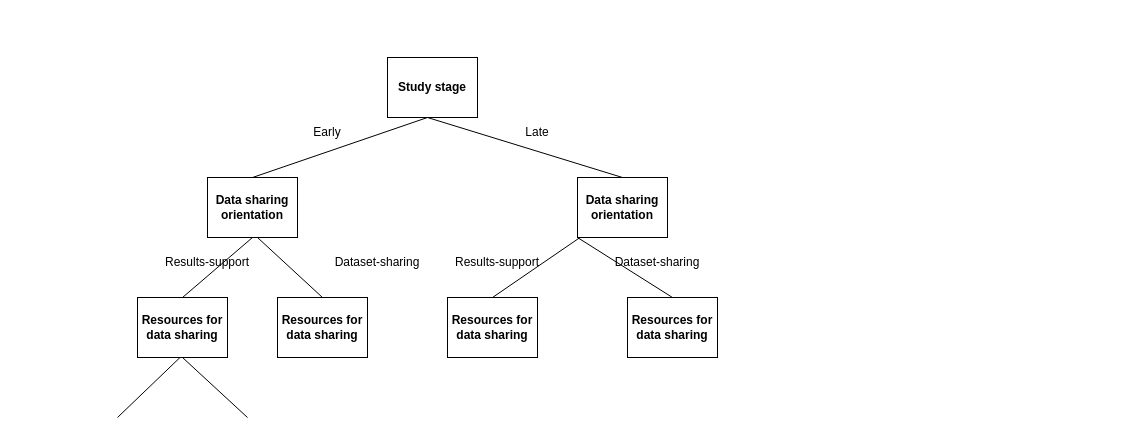
The draw.io diagram docs/assets/dec-tree-2.drawio in norc-heal/heal-data-pkg-guide, before the edit. Source tidied: cells renumbered, new cells numbered last; positions are measured from the earlier drawing's top-left corner, leaving out a move shared by most shapes. Both pictures are drawn from the tidied source at 100%, with x=0, y=0 at pixel (117, 57).
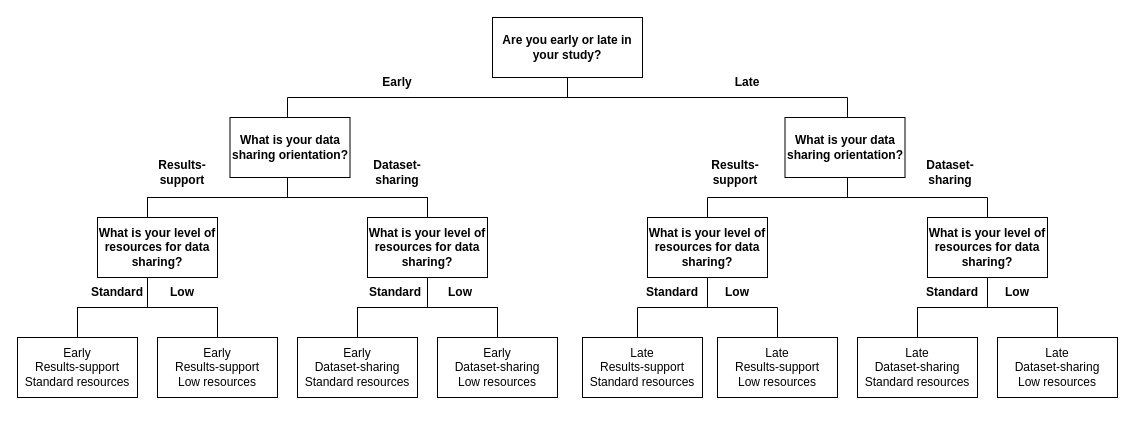
The same page after the edit.

What changed in the source:
```diff
@@
-    <mxCell id="2" value="Study stage" style="rounded=0;whiteSpace=wrap;html=1;fontStyle=1;" parent="1" vertex="1">
-      <mxGeometry x="270" width="90" height="60" as="geometry" />
+    <mxCell id="2" value="Results-support" style="text;strokeColor=none;align=center;fillColor=none;html=1;verticalAlign=middle;whiteSpace=wrap;rounded=0;fontStyle=1;" parent="1" vertex="1">
+      <mxGeometry x="30" y="100" width="70" height="30" as="geometry" />
     </mxCell>
-    <mxCell id="3" style="endArrow=none;html=1;exitX=0.5;exitY=0;exitDx=0;exitDy=0;" parent="1" edge="1" source="5">
-      <mxGeometry relative="1" as="geometry">
-        <mxPoint x="310" y="60" as="targetPoint" />
-      </mxGeometry>
+    <mxCell id="3" value="Dataset-sharing" style="text;strokeColor=none;align=center;fillColor=none;html=1;verticalAlign=middle;whiteSpace=wrap;rounded=0;fontStyle=1;" parent="1" vertex="1">
+      <mxGeometry x="240" y="100" width="80" height="30" as="geometry" />
     </mxCell>
-    <mxCell id="4" style="endArrow=none;html=1;exitX=0.5;exitY=0;exitDx=0;exitDy=0;" parent="1" edge="1" source="6">
-      <mxGeometry relative="1" as="geometry">
-        <mxPoint x="310" y="60" as="targetPoint" />
-      </mxGeometry>
+    <mxCell id="4" value="Standard" style="text;strokeColor=none;align=center;fillColor=none;html=1;verticalAlign=middle;whiteSpace=wrap;rounded=0;fontStyle=1;" parent="1" vertex="1">
+      <mxGeometry x="-35" y="220" width="70" height="30" as="geometry" />
     </mxCell>
-    <mxCell id="5" value="Data sharing orientation" style="rounded=0;whiteSpace=wrap;html=1;fontStyle=1;" parent="1" vertex="1">
-      <mxGeometry x="90" y="120" width="90" height="60" as="geometry" />
+    <mxCell id="5" value="Low" style="text;strokeColor=none;align=center;fillColor=none;html=1;verticalAlign=middle;whiteSpace=wrap;rounded=0;fontStyle=1;" parent="1" vertex="1">
+      <mxGeometry x="30" y="220" width="70" height="30" as="geometry" />
     </mxCell>
-    <mxCell id="6" value="Data sharing orientation" style="rounded=0;whiteSpace=wrap;html=1;fontStyle=1;" parent="1" vertex="1">
-      <mxGeometry x="460" y="120" width="90" height="60" as="geometry" />
+    <mxCell id="6" value="Are you early or late in your study?" style="rounded=0;whiteSpace=wrap;html=1;fontStyle=1;" parent="1" vertex="1">
+      <mxGeometry x="375" y="-40" width="150" height="60" as="geometry" />
     </mxCell>
-    <mxCell id="7" value="Resources for data sharing" style="rounded=0;whiteSpace=wrap;html=1;fontStyle=1;" parent="1" vertex="1">
-      <mxGeometry x="20" y="240" width="90" height="60" as="geometry" />
+    <mxCell id="7" value="What is your data sharing orientation?" style="rounded=0;whiteSpace=wrap;html=1;fontStyle=1;" parent="1" vertex="1">
+      <mxGeometry x="112.5" y="60" width="120" height="60" as="geometry" />
     </mxCell>
-    <mxCell id="8" value="Resources for data sharing" style="rounded=0;whiteSpace=wrap;html=1;fontStyle=1;" parent="1" vertex="1">
-      <mxGeometry x="160" y="240" width="90" height="60" as="geometry" />
+    <mxCell id="8" value="What is your data sharing orientation?" style="rounded=0;whiteSpace=wrap;html=1;fontStyle=1;" parent="1" vertex="1">
+      <mxGeometry x="667.5" y="60" width="120" height="60" as="geometry" />
     </mxCell>
-    <mxCell id="9" value="Resources for data sharing" style="rounded=0;whiteSpace=wrap;html=1;fontStyle=1;" parent="1" vertex="1">
-      <mxGeometry x="330" y="240" width="90" height="60" as="geometry" />
+    <mxCell id="9" value="What is your level of resources for data sharing?" style="rounded=0;whiteSpace=wrap;html=1;fontStyle=1;" parent="1" vertex="1">
+      <mxGeometry x="-20" y="160" width="120" height="60" as="geometry" />
     </mxCell>
-    <mxCell id="10" value="Resources for data sharing" style="rounded=0;whiteSpace=wrap;html=1;fontStyle=1;" parent="1" vertex="1">
-      <mxGeometry x="510" y="240" width="90" height="60" as="geometry" />
+    <mxCell id="10" value="What is your level of resources for data sharing?" style="rounded=0;whiteSpace=wrap;html=1;fontStyle=1;" parent="1" vertex="1">
+      <mxGeometry x="250" y="160" width="120" height="60" as="geometry" />
     </mxCell>
+    <mxCell id="23" value="What is your level of resources for data sharing?" style="rounded=0;whiteSpace=wrap;html=1;fontStyle=1;" parent="1" vertex="1">
+      <mxGeometry x="530" y="160" width="120" height="60" as="geometry" />
+    </mxCell>
-    <mxCell id="11" style="endArrow=none;html=1;exitX=0.5;exitY=0;exitDx=0;exitDy=0;entryX=0.5;entryY=1;entryDx=0;entryDy=0;" parent="1" edge="1" source="7" target="5">
-      <mxGeometry relative="1" as="geometry" />
+    <mxCell id="11" value="What is your level of resources for data sharing?" style="rounded=0;whiteSpace=wrap;html=1;fontStyle=1;" parent="1" vertex="1">
+      <mxGeometry x="810" y="160" width="120" height="60" as="geometry" />
     </mxCell>
-    <mxCell id="12" style="endArrow=none;html=1;exitX=0.5;exitY=0;exitDx=0;exitDy=0;" parent="1" edge="1" source="9">
-      <mxGeometry relative="1" as="geometry">
-        <mxPoint x="462.5" y="180" as="targetPoint" />
-      </mxGeometry>
+    <mxCell id="12" style="strokeWidth=1;html=1;shape=mxgraph.flowchart.annotation_2;align=left;labelPosition=right;direction=south;" parent="1" vertex="1">
+      <mxGeometry x="170" y="20" width="560" height="40" as="geometry" />
     </mxCell>
-    <mxCell id="13" style="endArrow=none;html=1;exitX=0.5;exitY=0;exitDx=0;exitDy=0;" parent="1" edge="1" source="8">
-      <mxGeometry relative="1" as="geometry">
-        <mxPoint x="140" y="180" as="targetPoint" />
-      </mxGeometry>
+    <mxCell id="13" style="strokeWidth=1;html=1;shape=mxgraph.flowchart.annotation_2;align=left;labelPosition=right;direction=south;fillStyle=auto;" parent="1" vertex="1">
+      <mxGeometry x="30" y="120" width="280" height="40" as="geometry" />
     </mxCell>
-    <mxCell id="14" style="endArrow=none;html=1;exitX=0.5;exitY=0;exitDx=0;exitDy=0;" parent="1" edge="1" source="10">
-      <mxGeometry relative="1" as="geometry">
-        <mxPoint x="460" y="180" as="targetPoint" />
-      </mxGeometry>
+    <mxCell id="14" style="strokeWidth=1;html=1;shape=mxgraph.flowchart.annotation_2;align=left;labelPosition=right;direction=south;" parent="1" vertex="1">
+      <mxGeometry x="590" y="120" width="280" height="40" as="geometry" />
     </mxCell>
-    <mxCell id="15" value="Early" style="text;strokeColor=none;align=center;fillColor=none;html=1;verticalAlign=middle;whiteSpace=wrap;rounded=0;" parent="1" vertex="1">
-      <mxGeometry x="180" y="60" width="60" height="30" as="geometry" />
+    <mxCell id="15" style="edgeStyle=none;html=1;" parent="1" edge="1" source="24" target="18">
+      <mxGeometry relative="1" as="geometry" />
     </mxCell>
-    <mxCell id="16" value="Late" style="text;strokeColor=none;align=center;fillColor=none;html=1;verticalAlign=middle;whiteSpace=wrap;rounded=0;" parent="1" vertex="1">
-      <mxGeometry x="390" y="60" width="60" height="30" as="geometry" />
+    <mxCell id="16" style="edgeStyle=none;html=1;" parent="1" edge="1" source="24" target="18">
+      <mxGeometry relative="1" as="geometry" />
     </mxCell>
-    <mxCell id="17" value="Results-support" style="text;strokeColor=none;align=center;fillColor=none;html=1;verticalAlign=middle;whiteSpace=wrap;rounded=0;" parent="1" vertex="1">
-      <mxGeometry x="30" y="190" width="120" height="30" as="geometry" />
+    <mxCell id="17" style="edgeStyle=none;html=1;" parent="1" edge="1" source="24">
+      <mxGeometry relative="1" as="geometry">
+        <mxPoint x="-5" y="280" as="targetPoint" />
+      </mxGeometry>
     </mxCell>
+    <mxCell id="24" style="strokeWidth=1;html=1;shape=mxgraph.flowchart.annotation_2;align=left;labelPosition=right;direction=south;shadow=0;strokeColor=default;" parent="1" vertex="1">
+      <mxGeometry x="-40" y="220" width="140" height="60" as="geometry" />
+    </mxCell>
-    <mxCell id="18" value="Results-support" style="text;strokeColor=none;align=center;fillColor=none;html=1;verticalAlign=middle;whiteSpace=wrap;rounded=0;" parent="1" vertex="1">
-      <mxGeometry x="320" y="190" width="120" height="30" as="geometry" />
+    <mxCell id="18" value="Early&lt;br&gt;Results-support&lt;br&gt;Low resources" style="rounded=0;whiteSpace=wrap;html=1;" parent="1" vertex="1">
+      <mxGeometry x="40" y="280" width="120" height="60" as="geometry" />
     </mxCell>
-    <mxCell id="19" value="Dataset-sharing" style="text;strokeColor=none;align=center;fillColor=none;html=1;verticalAlign=middle;whiteSpace=wrap;rounded=0;" parent="1" vertex="1">
-      <mxGeometry x="200" y="190" width="120" height="30" as="geometry" />
+    <mxCell id="19" value="Early&lt;br&gt;Dataset-sharing&lt;br&gt;Standard resources" style="rounded=0;whiteSpace=wrap;html=1;" parent="1" vertex="1">
+      <mxGeometry x="180" y="280" width="120" height="60" as="geometry" />
     </mxCell>
-    <mxCell id="20" value="Dataset-sharing" style="text;strokeColor=none;align=center;fillColor=none;html=1;verticalAlign=middle;whiteSpace=wrap;rounded=0;" parent="1" vertex="1">
-      <mxGeometry x="480" y="190" width="120" height="30" as="geometry" />
+    <mxCell id="20" value="Early&lt;br&gt;Dataset-sharing&lt;br&gt;Low resources" style="rounded=0;whiteSpace=wrap;html=1;" parent="1" vertex="1">
+      <mxGeometry x="320" y="280" width="120" height="60" as="geometry" />
     </mxCell>
-    <mxCell id="21" style="endArrow=none;html=1;exitX=0.5;exitY=0;exitDx=0;exitDy=0;" parent="1" edge="1">
-      <mxGeometry relative="1" as="geometry">
-        <mxPoint y="360" as="sourcePoint" />
-        <mxPoint x="62.5" y="300" as="targetPoint" />
-      </mxGeometry>
+    <mxCell id="21" value="Late&lt;br&gt;Results-support&lt;br&gt;Standard resources" style="rounded=0;whiteSpace=wrap;html=1;" parent="1" vertex="1">
+      <mxGeometry x="465" y="280" width="120" height="60" as="geometry" />
     </mxCell>
-    <mxCell id="22" style="endArrow=none;html=1;exitX=0.5;exitY=0;exitDx=0;exitDy=0;" parent="1" edge="1">
-      <mxGeometry relative="1" as="geometry">
-        <mxPoint x="130" y="360" as="sourcePoint" />
-        <mxPoint x="65" y="300" as="targetPoint" />
-      </mxGeometry>
+    <mxCell id="22" value="Late&lt;br&gt;Results-support&lt;br&gt;Low resources" style="rounded=0;whiteSpace=wrap;html=1;" parent="1" vertex="1">
+      <mxGeometry x="600" y="280" width="120" height="60" as="geometry" />
     </mxCell>
+    <mxCell id="25" value="Late&lt;br&gt;Dataset-sharing&lt;br&gt;Standard resources" style="rounded=0;whiteSpace=wrap;html=1;" parent="1" vertex="1">
+      <mxGeometry x="740" y="280" width="120" height="60" as="geometry" />
+    </mxCell>
+    <mxCell id="26" value="Late&lt;br&gt;Dataset-sharing&lt;br&gt;Low resources" style="rounded=0;whiteSpace=wrap;html=1;" parent="1" vertex="1">
+      <mxGeometry x="880" y="280" width="120" height="60" as="geometry" />
+    </mxCell>
+    <mxCell id="27" style="strokeWidth=1;html=1;shape=mxgraph.flowchart.annotation_2;align=left;labelPosition=right;direction=south;" parent="1" vertex="1">
+      <mxGeometry x="240" y="220" width="140" height="60" as="geometry" />
+    </mxCell>
+    <mxCell id="28" style="strokeWidth=1;html=1;shape=mxgraph.flowchart.annotation_2;align=left;labelPosition=right;direction=south;" parent="1" vertex="1">
+      <mxGeometry x="520" y="220" width="140" height="60" as="geometry" />
+    </mxCell>
+    <mxCell id="29" style="strokeWidth=1;html=1;shape=mxgraph.flowchart.annotation_2;align=left;labelPosition=right;direction=south;" parent="1" vertex="1">
+      <mxGeometry x="800" y="220" width="140" height="60" as="geometry" />
+    </mxCell>
+    <mxCell id="30" value="Early" style="text;strokeColor=none;align=center;fillColor=none;html=1;verticalAlign=middle;whiteSpace=wrap;rounded=0;fontStyle=1;" parent="1" vertex="1">
+      <mxGeometry x="250" y="10" width="60" height="30" as="geometry" />
+    </mxCell>
+    <mxCell id="31" value="Late" style="text;strokeColor=none;align=center;fillColor=none;html=1;verticalAlign=middle;whiteSpace=wrap;rounded=0;fontStyle=1;" parent="1" vertex="1">
+      <mxGeometry x="600" y="10" width="60" height="30" as="geometry" />
+    </mxCell>
+    <mxCell id="32" value="Results-support" style="text;strokeColor=none;align=center;fillColor=none;html=1;verticalAlign=middle;whiteSpace=wrap;rounded=0;fontStyle=1;" parent="1" vertex="1">
+      <mxGeometry x="582.5" y="100" width="70" height="30" as="geometry" />
+    </mxCell>
+    <mxCell id="33" value="Dataset-sharing" style="text;strokeColor=none;align=center;fillColor=none;html=1;verticalAlign=middle;whiteSpace=wrap;rounded=0;fontStyle=1;" parent="1" vertex="1">
+      <mxGeometry x="792.5" y="100" width="80" height="30" as="geometry" />
+    </mxCell>
+    <mxCell id="34" value="Standard" style="text;strokeColor=none;align=center;fillColor=none;html=1;verticalAlign=middle;whiteSpace=wrap;rounded=0;fontStyle=1;" parent="1" vertex="1">
+      <mxGeometry x="242.5" y="220" width="70" height="30" as="geometry" />
+    </mxCell>
+    <mxCell id="35" value="Low" style="text;strokeColor=none;align=center;fillColor=none;html=1;verticalAlign=middle;whiteSpace=wrap;rounded=0;fontStyle=1;" parent="1" vertex="1">
+      <mxGeometry x="307.5" y="220" width="70" height="30" as="geometry" />
+    </mxCell>
+    <mxCell id="36" value="Standard" style="text;strokeColor=none;align=center;fillColor=none;html=1;verticalAlign=middle;whiteSpace=wrap;rounded=0;fontStyle=1;" parent="1" vertex="1">
+      <mxGeometry x="520" y="220" width="70" height="30" as="geometry" />
+    </mxCell>
+    <mxCell id="37" value="Low" style="text;strokeColor=none;align=center;fillColor=none;html=1;verticalAlign=middle;whiteSpace=wrap;rounded=0;fontStyle=1;" parent="1" vertex="1">
+      <mxGeometry x="585" y="220" width="70" height="30" as="geometry" />
+    </mxCell>
+    <mxCell id="38" value="Standard" style="text;strokeColor=none;align=center;fillColor=none;html=1;verticalAlign=middle;whiteSpace=wrap;rounded=0;fontStyle=1;" parent="1" vertex="1">
+      <mxGeometry x="800" y="220" width="70" height="30" as="geometry" />
+    </mxCell>
+    <mxCell id="39" value="Low" style="text;strokeColor=none;align=center;fillColor=none;html=1;verticalAlign=middle;whiteSpace=wrap;rounded=0;fontStyle=1;" parent="1" vertex="1">
+      <mxGeometry x="865" y="220" width="70" height="30" as="geometry" />
+    </mxCell>
+    <mxCell id="40" value="Early&lt;br&gt;Results-support&lt;br&gt;Standard resources" style="rounded=0;whiteSpace=wrap;html=1;" parent="1" vertex="1">
+      <mxGeometry x="-100" y="280" width="120" height="60" as="geometry" />
+    </mxCell>
+    <mxCell id="41" style="strokeWidth=1;html=1;shape=mxgraph.flowchart.annotation_2;align=left;labelPosition=right;direction=south;shadow=0;strokeColor=default;" parent="1" vertex="1">
+      <mxGeometry x="-40" y="220" width="140" height="60" as="geometry" />
+    </mxCell>
+    <mxCell id="42" style="strokeWidth=1;html=1;shape=mxgraph.flowchart.annotation_2;align=left;labelPosition=right;direction=south;" parent="1" vertex="1">
+      <mxGeometry x="240" y="220" width="140" height="60" as="geometry" />
+    </mxCell>
+    <mxCell id="43" style="strokeWidth=1;html=1;shape=mxgraph.flowchart.annotation_2;align=left;labelPosition=right;direction=south;" parent="1" vertex="1">
+      <mxGeometry x="240" y="220" width="140" height="60" as="geometry" />
+    </mxCell>
+    <mxCell id="44" style="strokeWidth=1;html=1;shape=mxgraph.flowchart.annotation_2;align=left;labelPosition=right;direction=south;" parent="1" vertex="1">
+      <mxGeometry x="800" y="220" width="140" height="60" as="geometry" />
+    </mxCell>
+    <mxCell id="45" style="strokeWidth=1;html=1;shape=mxgraph.flowchart.annotation_2;align=left;labelPosition=right;direction=south;fillStyle=auto;" parent="1" vertex="1">
+      <mxGeometry x="30" y="120" width="280" height="40" as="geometry" />
+    </mxCell>
+    <mxCell id="46" style="strokeWidth=1;html=1;shape=mxgraph.flowchart.annotation_2;align=left;labelPosition=right;direction=south;shadow=0;strokeColor=default;" parent="1" vertex="1">
+      <mxGeometry x="-40" y="220" width="140" height="60" as="geometry" />
+    </mxCell>
```
